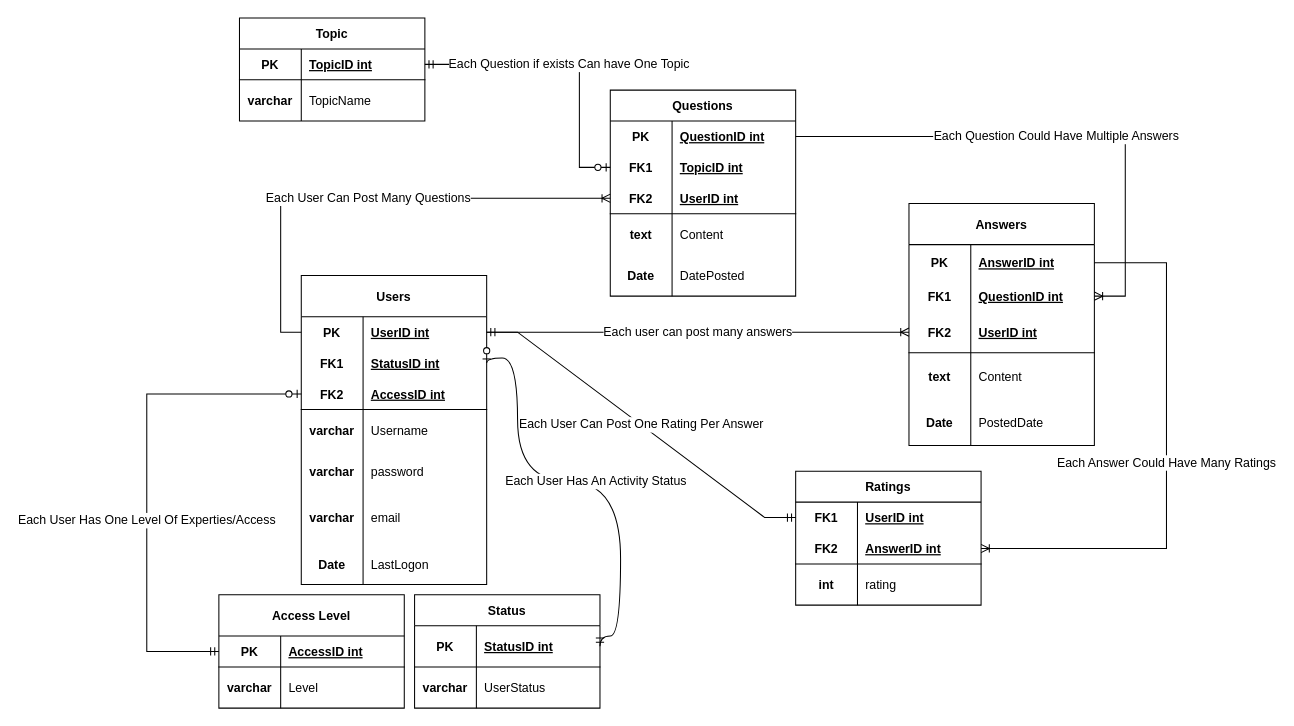
Earlier version of the draw.io diagram Practice5/DatabaseRelation.drawio (Frillion/mysqlDatabases2022). Source tidied: cells renumbered, new cells numbered last; positions are measured from the earlier drawing's top-left corner, leaving out a move shared by most shapes. Both pictures are drawn from the tidied source at 103%, with x=0, y=0 at pixel (146, 18).
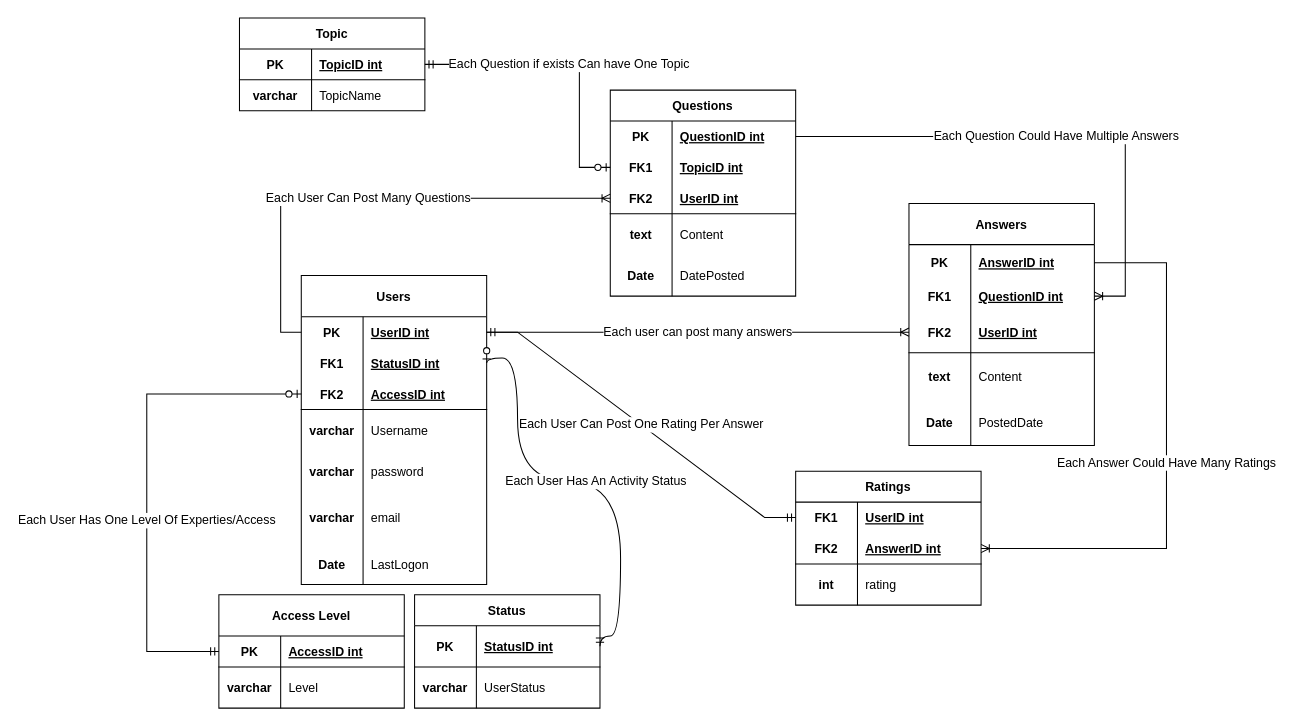
The same page after the edit.

The change refers to these unchanged cells:
```xml
<mxCell id="47" style="shape=tableRow;horizontal=0;startSize=0;swimlaneHead=0;swimlaneBody=0;fillColor=none;points=[[0,0.5],[1,0.5]];portConstraint=eastwest;top=0;left=0;right=0;bottom=1;" parent="40" vertex="1">
  <mxGeometry y="90" width="180" height="30" as="geometry" />
</mxCell>
<mxCell id="80" style="shape=tableRow;horizontal=0;startSize=0;swimlaneHead=0;swimlaneBody=0;fillColor=none;points=[[0,0.5],[1,0.5]];portConstraint=eastwest;top=0;left=0;right=0;bottom=1;strokeColor=default;" parent="79" vertex="1">
  <mxGeometry y="30" width="180" height="30" as="geometry" />
</mxCell>
```

What changed in the source:
```diff
@@
-<mxGraphModel>
+<mxGraphModel background="#FFFFFF">
@@
-    <mxCell id="40" value="Questions" style="shape=table;startSize=30;childLayout=tableLayout;rowLines=0;fontStyle=1;align=center;" parent="1" vertex="1">
+    <mxCell id="40" value="Questions" style="shape=table;startSize=30;childLayout=tableLayout;rowLines=0;fontStyle=1;align=center;strokeWidth=1;fillColor=none;" parent="1" vertex="1">
       <mxGeometry x="450" y="70" width="180" height="200" as="geometry" />
     </mxCell>
@@
-    <mxCell id="49" value="UserID int" style="shape=partialRectangle;fillColor=none;top=0;left=0;bottom=0;right=0;align=left;spacingLeft=6;fontStyle=5;overflow=hidden;" parent="47" vertex="1">
+    <mxCell id="49" value="UserID int" style="shape=partialRectangle;fillColor=none;top=0;left=0;bottom=0;right=0;align=left;spacingLeft=6;fontStyle=5;overflow=hidden;strokeWidth=1;perimeterSpacing=0;" parent="47" vertex="1">
       <mxGeometry x="60" width="120" height="30" as="geometry" />
     </mxCell>
@@
     <mxCell id="79" value="Topic" style="shape=table;startSize=30;childLayout=tableLayout;rowLines=0;fontStyle=1;align=center;strokeColor=default;fillColor=none;" parent="1" vertex="1">
-      <mxGeometry x="90" width="180" height="100" as="geometry" />
+      <mxGeometry x="90" width="180" height="90" as="geometry" />
     </mxCell>
@@
     <mxCell id="81" value="PK" style="shape=partialRectangle;fillColor=none;top=0;left=0;bottom=0;right=0;fontStyle=1;overflow=hidden;strokeColor=default;" parent="80" vertex="1">
-      <mxGeometry width="60" height="30" as="geometry" />
+      <mxGeometry width="70" height="30" as="geometry" />
     </mxCell>
     <mxCell id="82" value="TopicID int" style="shape=partialRectangle;fillColor=none;top=0;left=0;bottom=0;right=0;align=left;spacingLeft=6;fontStyle=5;overflow=hidden;strokeColor=default;" parent="80" vertex="1">
-      <mxGeometry x="60" width="120" height="30" as="geometry" />
+      <mxGeometry x="70" width="110" height="30" as="geometry" />
     </mxCell>
     <mxCell id="83" style="shape=tableRow;horizontal=0;startSize=0;swimlaneHead=0;swimlaneBody=0;fillColor=none;top=0;left=0;right=0;bottom=0;strokeColor=default;" parent="79" vertex="1">
-      <mxGeometry y="60" width="180" height="40" as="geometry" />
+      <mxGeometry y="60" width="180" height="30" as="geometry" />
     </mxCell>
     <mxCell id="84" value="varchar" style="shape=partialRectangle;fillColor=none;top=0;left=0;bottom=0;right=0;overflow=hidden;strokeColor=default;fontStyle=1;" parent="83" vertex="1">
-      <mxGeometry width="60" height="40" as="geometry" />
+      <mxGeometry width="70" height="30" as="geometry" />
     </mxCell>
     <mxCell id="85" value="TopicName " style="shape=partialRectangle;fillColor=none;top=0;left=0;bottom=0;right=0;align=left;spacingLeft=6;overflow=hidden;strokeColor=default;" parent="83" vertex="1">
-      <mxGeometry x="60" width="120" height="40" as="geometry" />
+      <mxGeometry x="70" width="110" height="30" as="geometry" />
     </mxCell>
```
